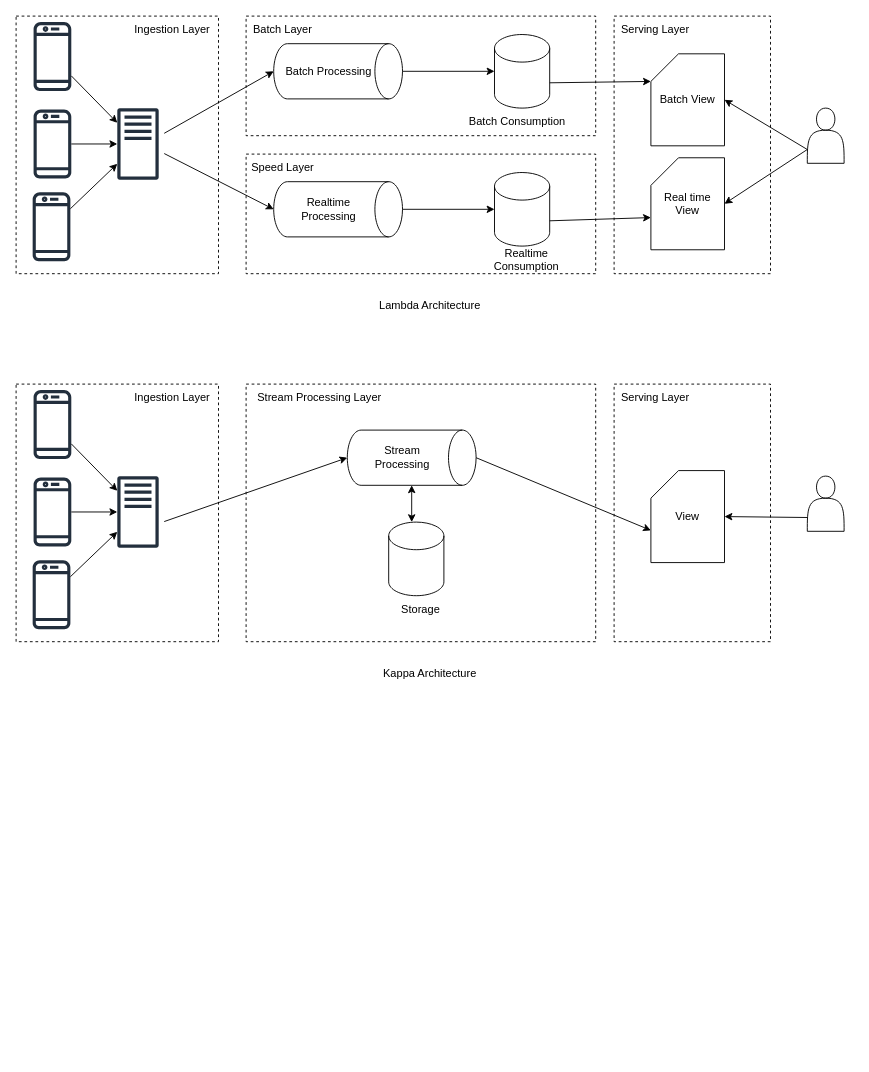
Earlier version of the draw.io diagram bigdata.drawio (jayanthkmr/architecture-diagrams). Source tidied: cells renumbered, new cells numbered last; positions are measured from the earlier drawing's top-left corner, leaving out a move shared by most shapes. Both pictures are drawn from the tidied source at 92%, with x=0, y=0 at pixel (16, 6).
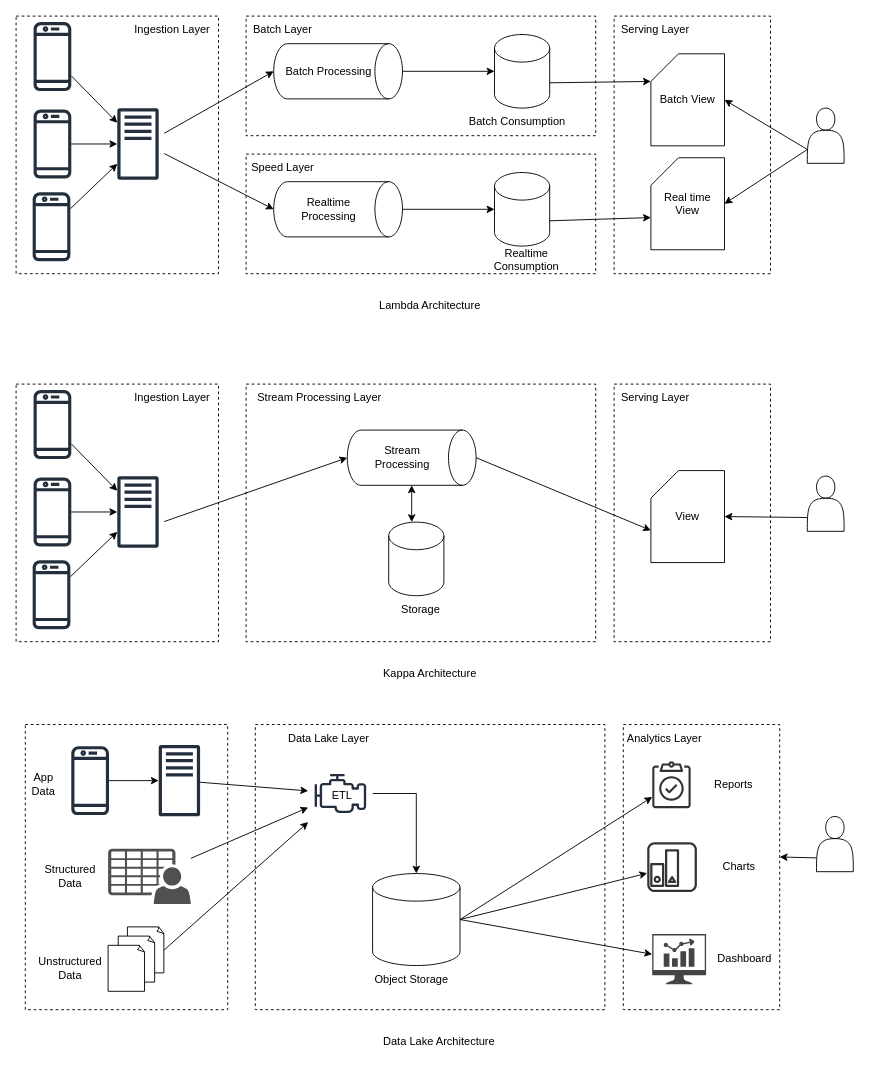
The same diagram, later.

What changed in the source:
```diff
@@
+    <mxCell id="61" style="rounded=0;whiteSpace=wrap;html=1;dashed=1;" parent="1" vertex="1">
+      <mxGeometry x="10" y="780" width="220" height="310" as="geometry" />
+    </mxCell>
+    <mxCell id="62" style="rounded=0;whiteSpace=wrap;html=1;dashed=1;" parent="1" vertex="1">
+      <mxGeometry x="660" y="780" width="170" height="310" as="geometry" />
+    </mxCell>
+    <mxCell id="63" style="rounded=0;whiteSpace=wrap;html=1;dashed=1;" parent="1" vertex="1">
+      <mxGeometry x="260" y="780" width="380" height="310" as="geometry" />
+    </mxCell>
+    <mxCell id="64" style="shape=cylinder3;whiteSpace=wrap;html=1;boundedLbl=1;backgroundOutline=1;size=15;" parent="1" vertex="1">
+      <mxGeometry x="387.5" y="942" width="95" height="100" as="geometry" />
+    </mxCell>
+    <mxCell id="65" style="endArrow=classic;html=1;rounded=0;" parent="1" edge="1" source="71" target="86">
+      <mxGeometry relative="1" as="geometry" />
+    </mxCell>
+    <mxCell id="66" style="shape=actor;whiteSpace=wrap;html=1;" parent="1" vertex="1">
+      <mxGeometry x="870" y="880" width="40" height="60" as="geometry" />
+    </mxCell>
+    <mxCell id="67" style="endArrow=classic;html=1;rounded=0;exitX=0;exitY=0.75;exitDx=0;exitDy=0;" parent="1" edge="1" source="66">
+      <mxGeometry relative="1" as="geometry">
+        <mxPoint x="830" y="924" as="targetPoint" />
+      </mxGeometry>
+    </mxCell>
+    <mxCell id="68" value="Object Storage" style="text;html=1;align=center;verticalAlign=middle;whiteSpace=wrap;rounded=0;" parent="1" vertex="1">
+      <mxGeometry x="375" y="1042" width="110" height="30" as="geometry" />
+    </mxCell>
+    <mxCell id="69" value="Data Lake Layer" style="text;html=1;align=center;verticalAlign=middle;whiteSpace=wrap;rounded=0;" parent="1" vertex="1">
+      <mxGeometry x="260" y="780" width="160" height="30" as="geometry" />
+    </mxCell>
+    <mxCell id="70" value="Analytics&amp;nbsp;&lt;span style=&quot;background-color: initial;&quot;&gt;Layer&lt;/span&gt;" style="text;html=1;align=center;verticalAlign=middle;whiteSpace=wrap;rounded=0;" parent="1" vertex="1">
+      <mxGeometry x="660" y="780" width="90" height="30" as="geometry" />
+    </mxCell>
+    <mxCell id="71" style="sketch=0;outlineConnect=0;fontColor=#232F3E;gradientColor=none;fillColor=#232F3D;strokeColor=none;dashed=0;verticalLabelPosition=bottom;verticalAlign=top;align=center;html=1;fontSize=12;fontStyle=0;shape=mxgraph.aws4.traditional_server;" parent="1" vertex="1">
+      <mxGeometry x="155" y="802" width="45" height="78" as="geometry" />
+    </mxCell>
+    <mxCell id="72" style="sketch=0;outlineConnect=0;fontColor=#232F3E;gradientColor=none;fillColor=#232F3D;strokeColor=none;dashed=0;verticalLabelPosition=bottom;verticalAlign=top;align=center;html=1;fontSize=12;fontStyle=0;shape=mxgraph.aws4.mobile_client;" parent="1" vertex="1">
+      <mxGeometry x="60" y="802" width="41" height="78" as="geometry" />
+    </mxCell>
+    <mxCell id="73" style="endArrow=classic;html=1;rounded=0;" parent="1" edge="1" source="72" target="71">
+      <mxGeometry relative="1" as="geometry" />
+    </mxCell>
+    <mxCell id="74" value="Data Lake Architecture" style="text;html=1;align=center;verticalAlign=middle;whiteSpace=wrap;rounded=0;" parent="1" vertex="1">
+      <mxGeometry x="380" y="1110" width="160" height="30" as="geometry" />
+    </mxCell>
+    <mxCell id="75" style="endArrow=classic;html=1;rounded=0;exitX=1;exitY=0.5;exitDx=0;exitDy=0;exitPerimeter=0;" parent="1" edge="1" source="64" target="90">
+      <mxGeometry relative="1" as="geometry" />
+    </mxCell>
+    <mxCell id="76" style="sketch=0;shadow=0;dashed=0;html=1;strokeColor=none;fillColor=#505050;labelPosition=center;verticalLabelPosition=bottom;verticalAlign=top;outlineConnect=0;align=center;shape=mxgraph.office.users.csv_file;" parent="1" vertex="1">
+      <mxGeometry x="100" y="915" width="90" height="60" as="geometry" />
+    </mxCell>
+    <mxCell id="77" style="group;" parent="1" vertex="1">
+      <mxGeometry x="100" y="1000" width="61" height="70" as="geometry" />
+    </mxCell>
+    <mxCell id="78" style="whiteSpace=wrap;html=1;shape=mxgraph.basic.document;" parent="77" vertex="1">
+      <mxGeometry x="21" width="40" height="50" as="geometry" />
+    </mxCell>
+    <mxCell id="79" style="whiteSpace=wrap;html=1;shape=mxgraph.basic.document;" parent="77" vertex="1">
+      <mxGeometry x="11" y="10" width="40" height="50" as="geometry" />
+    </mxCell>
+    <mxCell id="80" style="whiteSpace=wrap;html=1;shape=mxgraph.basic.document;" parent="77" vertex="1">
+      <mxGeometry y="20" width="40" height="50" as="geometry" />
+    </mxCell>
+    <mxCell id="81" value="Unstructured Data" style="text;html=1;align=center;verticalAlign=middle;whiteSpace=wrap;rounded=0;" parent="1" vertex="1">
+      <mxGeometry x="29" y="1030" width="60" height="30" as="geometry" />
+    </mxCell>
+    <mxCell id="82" value="Structured Data" style="text;html=1;align=center;verticalAlign=middle;whiteSpace=wrap;rounded=0;" parent="1" vertex="1">
+      <mxGeometry x="29" y="930" width="60" height="30" as="geometry" />
+    </mxCell>
+    <mxCell id="83" value="App&lt;div&gt;Data&lt;/div&gt;" style="text;html=1;align=center;verticalAlign=middle;whiteSpace=wrap;rounded=0;" parent="1" vertex="1">
+      <mxGeometry y="830" width="60" height="30" as="geometry" />
+    </mxCell>
+    <mxCell id="84" style="endArrow=classic;html=1;rounded=0;exitX=1;exitY=0.5;exitDx=0;exitDy=0;exitPerimeter=0;" parent="1" edge="1" source="78" target="86">
+      <mxGeometry relative="1" as="geometry" />
+    </mxCell>
+    <mxCell id="85" style="endArrow=classic;html=1;rounded=0;" parent="1" edge="1" source="76" target="86">
+      <mxGeometry relative="1" as="geometry" />
+    </mxCell>
+    <mxCell id="86" style="sketch=0;outlineConnect=0;fontColor=#232F3E;gradientColor=none;strokeColor=#232F3E;fillColor=#ffffff;dashed=0;verticalLabelPosition=bottom;verticalAlign=top;align=center;html=1;fontSize=12;fontStyle=0;shape=mxgraph.aws4.resourceIcon;resIcon=mxgraph.aws4.emr_engine;" parent="1" vertex="1">
+      <mxGeometry x="317.5" y="820" width="70" height="70" as="geometry" />
+    </mxCell>
+    <mxCell id="87" style="edgeStyle=orthogonalEdgeStyle;rounded=0;jettySize=auto;html=1;entryX=0.5;entryY=0;entryDx=0;entryDy=0;entryPerimeter=0;" parent="1" edge="1" source="86" target="64">
+      <mxGeometry relative="1" as="geometry">
+        <Array as="points">
+          <mxPoint x="435" y="855" />
+        </Array>
+      </mxGeometry>
+    </mxCell>
+    <mxCell id="88" value="ETL" style="text;html=1;align=center;verticalAlign=middle;whiteSpace=wrap;rounded=0;" parent="1" vertex="1">
+      <mxGeometry x="317.5" y="800" width="72.5" height="115" as="geometry" />
+    </mxCell>
+    <mxCell id="89" style="sketch=0;outlineConnect=0;fontColor=#232F3E;gradientColor=none;fillColor=#333333;strokeColor=none;dashed=0;verticalLabelPosition=bottom;verticalAlign=top;align=center;html=1;fontSize=12;fontStyle=0;shape=mxgraph.aws4.backup_compliance_reporting;" parent="1" vertex="1">
+      <mxGeometry x="691.4" y="820" width="41.9" height="51" as="geometry" />
+    </mxCell>
+    <mxCell id="90" style="sketch=0;outlineConnect=0;fontColor=#232F3E;gradientColor=none;fillColor=#333333;strokeColor=none;dashed=0;verticalLabelPosition=bottom;verticalAlign=top;align=center;html=1;fontSize=12;fontStyle=0;shape=mxgraph.aws4.reported_state;" parent="1" vertex="1">
+      <mxGeometry x="686" y="908" width="54" height="54" as="geometry" />
+    </mxCell>
+    <mxCell id="91" style="sketch=0;shadow=0;dashed=0;html=1;strokeColor=none;fillColor=#434445;labelPosition=center;verticalLabelPosition=bottom;verticalAlign=top;align=center;outlineConnect=0;shape=mxgraph.vvd.nsx_dashboard;" parent="1" vertex="1">
+      <mxGeometry x="691.4" y="1007.8" width="58.6" height="54.5" as="geometry" />
+    </mxCell>
+    <mxCell id="92" value="Dashboard" style="text;html=1;align=center;verticalAlign=middle;whiteSpace=wrap;rounded=0;" parent="1" vertex="1">
+      <mxGeometry x="762" y="1020" width="60" height="30" as="geometry" />
+    </mxCell>
+    <mxCell id="93" value="Charts" style="text;html=1;align=center;verticalAlign=middle;whiteSpace=wrap;rounded=0;" parent="1" vertex="1">
+      <mxGeometry x="756" y="920" width="60" height="30" as="geometry" />
+    </mxCell>
+    <mxCell id="94" value="Reports" style="text;html=1;align=center;verticalAlign=middle;whiteSpace=wrap;rounded=0;" parent="1" vertex="1">
+      <mxGeometry x="750" y="830.5" width="60" height="30" as="geometry" />
+    </mxCell>
+    <mxCell id="95" style="endArrow=classic;html=1;rounded=0;exitX=1;exitY=0.5;exitDx=0;exitDy=0;exitPerimeter=0;" parent="1" edge="1" source="64" target="91">
+      <mxGeometry relative="1" as="geometry" />
+    </mxCell>
+    <mxCell id="96" style="endArrow=classic;html=1;rounded=0;exitX=1;exitY=0.5;exitDx=0;exitDy=0;exitPerimeter=0;" parent="1" edge="1" source="64" target="89">
+      <mxGeometry relative="1" as="geometry" />
+    </mxCell>
```
